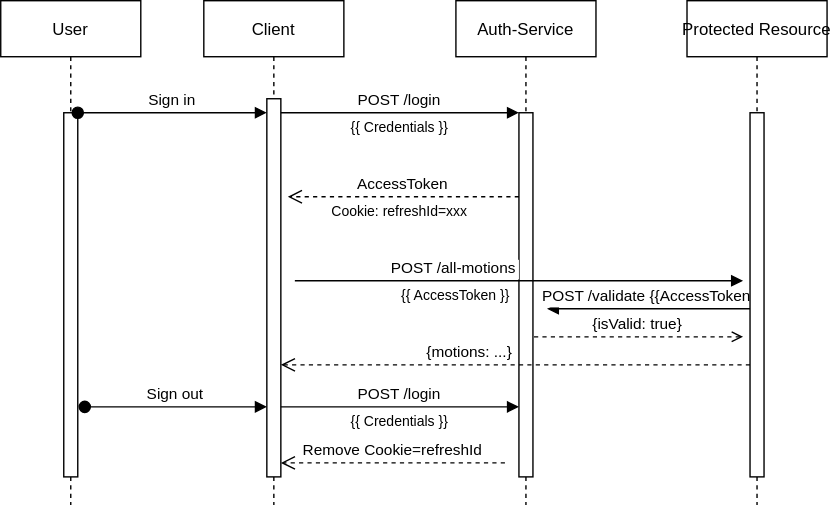
OpenSlides/openslides-auth-service keeps this draw.io diagram as res/pictures/complete-workflow-without-datastore.svg. Above is the earlier version. Source tidied: cells renumbered, new cells last; positions are measured from the earlier drawing's top-left corner, leaving out a move shared by most shapes. The source it was exported from:
```xml
<mxGraphModel>
  <root>
    <mxCell id="0" />
    <mxCell id="1" parent="0" />
    <mxCell id="2" value="Client" style="shape=umlLifeline;perimeter=lifelinePerimeter;rounded=0;shadow=0;strokeWidth=1;" parent="1" vertex="1">
      <mxGeometry x="145" width="100" height="360" as="geometry" />
    </mxCell>
    <mxCell id="3" style="points=[];perimeter=orthogonalPerimeter;rounded=0;shadow=0;strokeWidth=1;" parent="2" vertex="1">
      <mxGeometry x="45" y="70" width="10" height="270" as="geometry" />
    </mxCell>
    <mxCell id="4" value="Auth-Service" style="shape=umlLifeline;perimeter=lifelinePerimeter;rounded=0;shadow=0;strokeWidth=1;" parent="1" vertex="1">
      <mxGeometry x="325" width="100" height="360" as="geometry" />
    </mxCell>
    <mxCell id="5" style="points=[];perimeter=orthogonalPerimeter;rounded=0;shadow=0;strokeWidth=1;" parent="4" vertex="1">
      <mxGeometry x="45" y="80" width="10" height="260" as="geometry" />
    </mxCell>
    <mxCell id="6" value="POST /login" style="verticalAlign=bottom;endArrow=block;entryX=0;entryY=0;shadow=0;strokeWidth=1;" parent="1" edge="1" source="3" target="5">
      <mxGeometry relative="1" as="geometry" />
    </mxCell>
    <mxCell id="7" value="POST /validate {{AccessToken}}" style="verticalAlign=bottom;endArrow=block;shadow=0;strokeWidth=1;" parent="1" edge="1" source="8">
      <mxGeometry relative="1" as="geometry">
        <mxPoint x="390" y="220" as="targetPoint" />
        <Array as="points">
          <mxPoint x="520" y="220" />
        </Array>
      </mxGeometry>
    </mxCell>
    <mxCell id="8" value="Protected Resource" style="shape=umlLifeline;perimeter=lifelinePerimeter;rounded=0;shadow=0;strokeWidth=1;" parent="1" vertex="1">
      <mxGeometry x="490" width="100" height="360" as="geometry" />
    </mxCell>
    <mxCell id="9" style="perimeter=orthogonalPerimeter;rounded=0;shadow=0;strokeWidth=1;" parent="8" vertex="1">
      <mxGeometry x="45" y="80" width="10" height="260" as="geometry" />
    </mxCell>
    <mxCell id="10" value="User" style="shape=umlLifeline;perimeter=lifelinePerimeter;rounded=0;shadow=0;strokeWidth=1;" parent="1" vertex="1">
      <mxGeometry width="100" height="360" as="geometry" />
    </mxCell>
    <mxCell id="11" style="points=[];perimeter=orthogonalPerimeter;rounded=0;shadow=0;strokeWidth=1;" parent="10" vertex="1">
      <mxGeometry x="45" y="80" width="10" height="260" as="geometry" />
    </mxCell>
    <mxCell id="12" value="Sign in" style="verticalAlign=bottom;startArrow=oval;endArrow=block;startSize=8;shadow=0;strokeWidth=1;" parent="1" edge="1" source="11" target="3">
      <mxGeometry relative="1" as="geometry">
        <Array as="points">
          <mxPoint x="100" y="80" />
        </Array>
      </mxGeometry>
    </mxCell>
    <mxCell id="13" value="{{ Credentials }}" style="text;html=1;strokeColor=none;fillColor=none;align=center;verticalAlign=middle;whiteSpace=wrap;rounded=0;fontSize=10;" parent="1" vertex="1">
      <mxGeometry x="240" y="80" width="90" height="20" as="geometry" />
    </mxCell>
    <mxCell id="14" value="POST /all-motions" style="verticalAlign=bottom;endArrow=block;shadow=0;strokeWidth=1;align=right;" parent="1" edge="1">
      <mxGeometry relative="1" as="geometry">
        <mxPoint x="210" y="200" as="sourcePoint" />
        <mxPoint x="530" y="200" as="targetPoint" />
      </mxGeometry>
    </mxCell>
    <mxCell id="15" value="{{ AccessToken }}" style="text;html=1;strokeColor=none;fillColor=none;align=center;verticalAlign=middle;whiteSpace=wrap;rounded=0;fontSize=10;" parent="1" vertex="1">
      <mxGeometry x="280" y="200" width="90" height="20" as="geometry" />
    </mxCell>
    <mxCell id="16" value="AccessToken" style="verticalAlign=bottom;endArrow=open;dashed=1;endSize=8;exitX=0;exitY=0.95;shadow=0;strokeWidth=1;" parent="1" edge="1">
      <mxGeometry relative="1" as="geometry">
        <mxPoint x="370" y="140" as="sourcePoint" />
        <mxPoint x="205" y="140" as="targetPoint" />
      </mxGeometry>
    </mxCell>
    <mxCell id="17" value="{isValid: true}" style="verticalAlign=bottom;endArrow=none;dashed=1;endSize=8;shadow=0;strokeWidth=1;startArrow=open;startFill=0;endFill=0;" parent="1" edge="1">
      <mxGeometry relative="1" as="geometry">
        <mxPoint x="530" y="240" as="sourcePoint" />
        <mxPoint x="380" y="240" as="targetPoint" />
      </mxGeometry>
    </mxCell>
    <mxCell id="18" value="{motions: ...}" style="verticalAlign=bottom;endArrow=open;dashed=1;endSize=8;exitX=0;exitY=0.95;shadow=0;strokeWidth=1;align=right;" parent="1" edge="1" target="3">
      <mxGeometry relative="1" as="geometry">
        <mxPoint x="535" y="260" as="sourcePoint" />
      </mxGeometry>
    </mxCell>
    <mxCell id="19" value="Cookie: refreshId=xxx" style="text;html=1;strokeColor=none;fillColor=none;align=center;verticalAlign=middle;whiteSpace=wrap;rounded=0;fontSize=10;" parent="1" vertex="1">
      <mxGeometry x="230" y="140" width="110" height="20" as="geometry" />
    </mxCell>
    <mxCell id="20" value="POST /login" style="verticalAlign=bottom;endArrow=block;entryX=0;entryY=0;shadow=0;strokeWidth=1;" parent="1" edge="1">
      <mxGeometry relative="1" as="geometry">
        <mxPoint x="200" y="290" as="sourcePoint" />
        <mxPoint x="370" y="290" as="targetPoint" />
      </mxGeometry>
    </mxCell>
    <mxCell id="21" value="{{ Credentials }}" style="text;html=1;strokeColor=none;fillColor=none;align=center;verticalAlign=middle;whiteSpace=wrap;rounded=0;fontSize=10;" parent="1" vertex="1">
      <mxGeometry x="240" y="290" width="90" height="20" as="geometry" />
    </mxCell>
    <mxCell id="22" value="Sign out" style="verticalAlign=bottom;startArrow=oval;endArrow=block;startSize=8;shadow=0;strokeWidth=1;" parent="1" edge="1">
      <mxGeometry relative="1" as="geometry">
        <mxPoint x="60" y="290" as="sourcePoint" />
        <mxPoint x="190" y="290" as="targetPoint" />
        <Array as="points">
          <mxPoint x="105" y="290" />
        </Array>
      </mxGeometry>
    </mxCell>
    <mxCell id="23" value="Remove Cookie=refreshId" style="verticalAlign=bottom;endArrow=open;dashed=1;endSize=8;shadow=0;strokeWidth=1;align=center;" parent="1" edge="1">
      <mxGeometry relative="1" as="geometry">
        <mxPoint x="360" y="330" as="sourcePoint" />
        <mxPoint x="200" y="330" as="targetPoint" />
      </mxGeometry>
    </mxCell>
  </root>
</mxGraphModel>
```
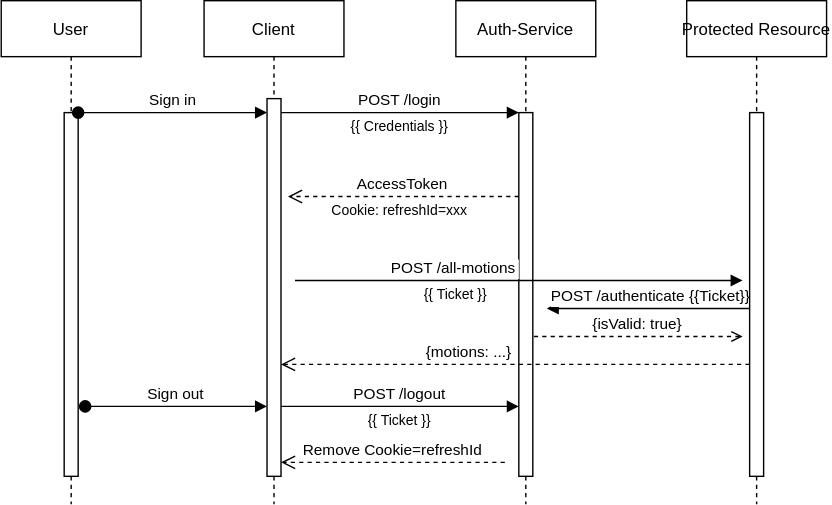
The same diagram one commit later.

Commit message:
Updates workflow-examples

Change to the diagram source:
```diff
@@ -17,7 +17,7 @@
     <mxCell id="6" value="POST /login" style="verticalAlign=bottom;endArrow=block;entryX=0;entryY=0;shadow=0;strokeWidth=1;" parent="1" edge="1" source="3" target="5">
       <mxGeometry relative="1" as="geometry" />
     </mxCell>
-    <mxCell id="7" value="POST /validate {{AccessToken}}" style="verticalAlign=bottom;endArrow=block;shadow=0;strokeWidth=1;" parent="1" edge="1" source="8">
+    <mxCell id="7" value="POST /authenticate {{Ticket}}" style="verticalAlign=bottom;endArrow=block;shadow=0;strokeWidth=1;" parent="1" edge="1" source="8">
       <mxGeometry relative="1" as="geometry">
         <mxPoint x="390" y="220" as="targetPoint" />
         <Array as="points">
@@ -53,7 +53,7 @@
         <mxPoint x="530" y="200" as="targetPoint" />
       </mxGeometry>
     </mxCell>
-    <mxCell id="15" value="{{ AccessToken }}" style="text;html=1;strokeColor=none;fillColor=none;align=center;verticalAlign=middle;whiteSpace=wrap;rounded=0;fontSize=10;" parent="1" vertex="1">
+    <mxCell id="15" value="{{ Ticket }}" style="text;html=1;strokeColor=none;fillColor=none;align=center;verticalAlign=middle;whiteSpace=wrap;rounded=0;fontSize=10;" parent="1" vertex="1">
       <mxGeometry x="280" y="200" width="90" height="20" as="geometry" />
     </mxCell>
     <mxCell id="16" value="AccessToken" style="verticalAlign=bottom;endArrow=open;dashed=1;endSize=8;exitX=0;exitY=0.95;shadow=0;strokeWidth=1;" parent="1" edge="1">
@@ -76,13 +76,13 @@
     <mxCell id="19" value="Cookie: refreshId=xxx" style="text;html=1;strokeColor=none;fillColor=none;align=center;verticalAlign=middle;whiteSpace=wrap;rounded=0;fontSize=10;" parent="1" vertex="1">
       <mxGeometry x="230" y="140" width="110" height="20" as="geometry" />
     </mxCell>
-    <mxCell id="20" value="POST /login" style="verticalAlign=bottom;endArrow=block;entryX=0;entryY=0;shadow=0;strokeWidth=1;" parent="1" edge="1">
+    <mxCell id="20" value="POST /logout" style="verticalAlign=bottom;endArrow=block;entryX=0;entryY=0;shadow=0;strokeWidth=1;" parent="1" edge="1">
       <mxGeometry relative="1" as="geometry">
         <mxPoint x="200" y="290" as="sourcePoint" />
         <mxPoint x="370" y="290" as="targetPoint" />
       </mxGeometry>
     </mxCell>
-    <mxCell id="21" value="{{ Credentials }}" style="text;html=1;strokeColor=none;fillColor=none;align=center;verticalAlign=middle;whiteSpace=wrap;rounded=0;fontSize=10;" parent="1" vertex="1">
+    <mxCell id="21" value="{{ Ticket }}" style="text;html=1;strokeColor=none;fillColor=none;align=center;verticalAlign=middle;whiteSpace=wrap;rounded=0;fontSize=10;" parent="1" vertex="1">
       <mxGeometry x="240" y="290" width="90" height="20" as="geometry" />
     </mxCell>
     <mxCell id="22" value="Sign out" style="verticalAlign=bottom;startArrow=oval;endArrow=block;startSize=8;shadow=0;strokeWidth=1;" parent="1" edge="1">
```
